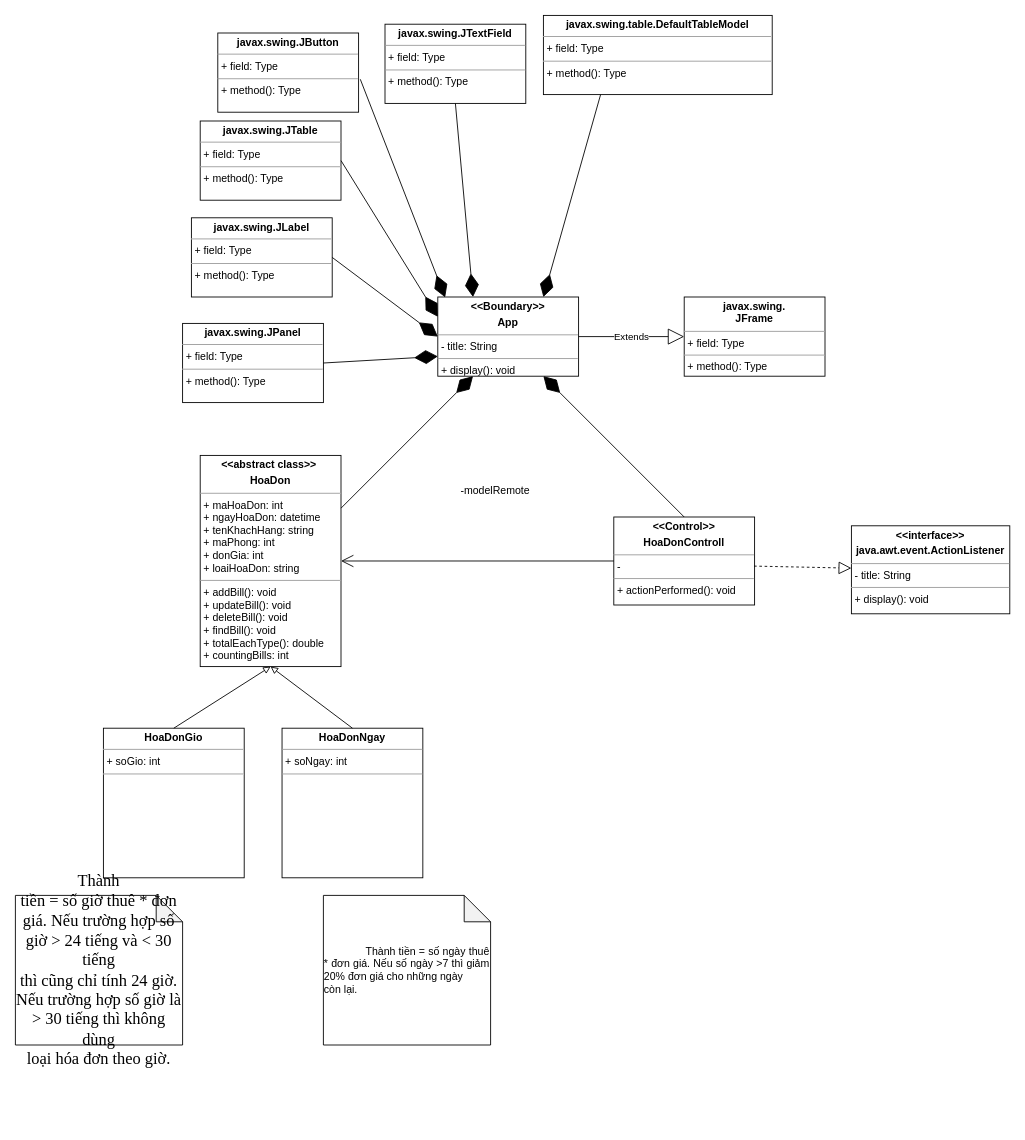
The draw.io diagram page "ECB" (3 of 4) of Phan-tich-yeu-cau/phan-tich-yeu-cau.drawio in longvo00221/quan-ly-khach-san, before the edit. Source tidied: cells renumbered, new cells numbered last; positions are measured from the earlier drawing's top-left corner, leaving out a move shared by most shapes. Both pictures are drawn from the tidied source at 88%, with x=0, y=0 at pixel (15, 15).
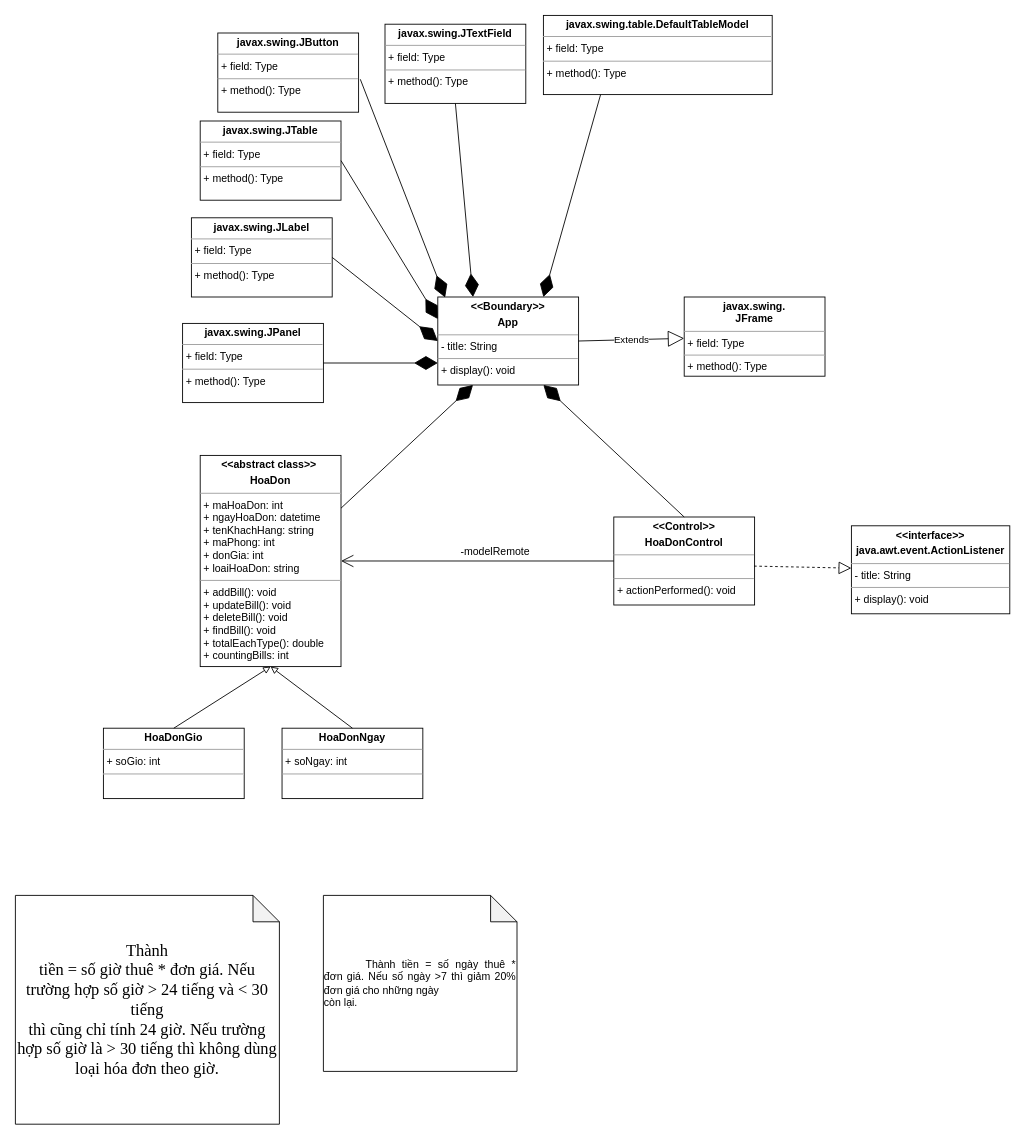
The same diagram, later.

The edit, as a diff of the source:
```diff
@@
     <mxCell id="2" value="&lt;p style=&quot;margin:0px;margin-top:4px;text-align:center;&quot;&gt;&lt;b&gt;HoaDonGio&lt;/b&gt;&lt;/p&gt;&lt;hr size=&quot;1&quot;&gt;&lt;p style=&quot;margin:0px;margin-left:4px;&quot;&gt;+ soGio: int&lt;/p&gt;&lt;hr size=&quot;1&quot;&gt;&lt;p style=&quot;margin:0px;margin-left:4px;&quot;&gt;&lt;br&gt;&lt;/p&gt;" style="verticalAlign=top;align=left;overflow=fill;fontSize=12;fontFamily=Helvetica;html=1;" parent="1" vertex="1">
-      <mxGeometry x="100" y="810" width="160" height="170" as="geometry" />
+      <mxGeometry x="100" y="810" width="160" height="80" as="geometry" />
     </mxCell>
     <mxCell id="3" value="&lt;p style=&quot;margin:0px;margin-top:4px;text-align:center;&quot;&gt;&lt;b&gt;HoaDonNgay&lt;/b&gt;&lt;/p&gt;&lt;hr size=&quot;1&quot;&gt;&lt;p style=&quot;margin:0px;margin-left:4px;&quot;&gt;+ soNgay: int&lt;/p&gt;&lt;hr size=&quot;1&quot;&gt;&lt;p style=&quot;margin:0px;margin-left:4px;&quot;&gt;&lt;br&gt;&lt;/p&gt;" style="verticalAlign=top;align=left;overflow=fill;fontSize=12;fontFamily=Helvetica;html=1;" parent="1" vertex="1">
-      <mxGeometry x="303" y="810" width="160" height="170" as="geometry" />
+      <mxGeometry x="303" y="810" width="160" height="80" as="geometry" />
     </mxCell>
@@
     <mxCell id="7" value="&lt;span style=&quot;font-size:14.0pt;mso-bidi-font-size:11.0pt;&lt;br/&gt;line-height:107%;font-family:&amp;quot;Times New Roman&amp;quot;,serif;mso-fareast-font-family:&lt;br/&gt;Calibri;mso-fareast-theme-font:minor-latin;mso-bidi-theme-font:minor-bidi;&lt;br/&gt;mso-ansi-language:EN-US;mso-fareast-language:EN-US;mso-bidi-language:AR-SA&quot;&gt;Thành&lt;br/&gt;tiền = số giờ thuê * đơn giá. Nếu trường hợp số giờ &amp;gt; 24 tiếng và &amp;lt; 30 tiếng&lt;br/&gt;thì cũng chỉ tính 24 giờ. Nếu trường hợp số giờ là &amp;gt; 30 tiếng thì không dùng&lt;br/&gt;loại hóa đơn theo giờ.&lt;/span&gt;" style="shape=note;whiteSpace=wrap;html=1;backgroundOutline=1;darkOpacity=0.05;fontColor=#000000;" parent="1" vertex="1">
-      <mxGeometry y="1000" width="190" height="170" as="geometry" />
+      <mxGeometry y="1000" width="300" height="260" as="geometry" />
     </mxCell>
     <mxCell id="8" value="&lt;p style=&quot;text-align:justify;text-indent:35.45pt&quot; class=&quot;MsoNormal&quot;&gt;Thành tiền = số ngày thuê * đơn giá. Nếu số ngày &amp;gt;7 thì giảm 20% đơn giá cho những ngày&lt;br&gt;còn lại.&lt;/p&gt;" style="shape=note;whiteSpace=wrap;html=1;backgroundOutline=1;darkOpacity=0.05;fontColor=#000000;" parent="1" vertex="1">
-      <mxGeometry x="350" y="1000" width="190" height="170" as="geometry" />
+      <mxGeometry x="350" y="1000" width="220" height="200" as="geometry" />
     </mxCell>
     <mxCell id="9" value="&lt;p style=&quot;margin:0px;margin-top:4px;text-align:center;&quot;&gt;&lt;b&gt;&amp;lt;&amp;lt;Boundary&amp;gt;&amp;gt;&lt;/b&gt;&lt;/p&gt;&lt;p style=&quot;margin:0px;margin-top:4px;text-align:center;&quot;&gt;&lt;b&gt;App&lt;/b&gt;&lt;/p&gt;&lt;hr size=&quot;1&quot;&gt;&lt;p style=&quot;margin:0px;margin-left:4px;&quot;&gt;- title: String&lt;/p&gt;&lt;hr size=&quot;1&quot;&gt;&lt;p style=&quot;margin:0px;margin-left:4px;&quot;&gt;+ display(): void&lt;/p&gt;" style="verticalAlign=top;align=left;overflow=fill;fontSize=12;fontFamily=Helvetica;html=1;" parent="1" vertex="1">
-      <mxGeometry x="480" y="320" width="160" height="90" as="geometry" />
+      <mxGeometry x="480" y="320" width="160" height="100" as="geometry" />
     </mxCell>
@@
-    <mxCell id="11" value="&lt;p style=&quot;margin:0px;margin-top:4px;text-align:center;&quot;&gt;&lt;b&gt;&amp;lt;&amp;lt;Control&amp;gt;&amp;gt;&lt;/b&gt;&lt;/p&gt;&lt;p style=&quot;margin:0px;margin-top:4px;text-align:center;&quot;&gt;&lt;b&gt;HoaDonControll&lt;/b&gt;&lt;/p&gt;&lt;hr size=&quot;1&quot;&gt;&lt;p style=&quot;margin:0px;margin-left:4px;&quot;&gt;-&amp;nbsp;&lt;/p&gt;&lt;hr size=&quot;1&quot;&gt;&lt;p style=&quot;margin:0px;margin-left:4px;&quot;&gt;+ actionPerformed(): void&lt;/p&gt;" style="verticalAlign=top;align=left;overflow=fill;fontSize=12;fontFamily=Helvetica;html=1;" parent="1" vertex="1">
+    <mxCell id="11" value="&lt;p style=&quot;margin:0px;margin-top:4px;text-align:center;&quot;&gt;&lt;b&gt;&amp;lt;&amp;lt;Control&amp;gt;&amp;gt;&lt;/b&gt;&lt;/p&gt;&lt;p style=&quot;margin:0px;margin-top:4px;text-align:center;&quot;&gt;&lt;b&gt;HoaDonControl&lt;/b&gt;&lt;/p&gt;&lt;hr size=&quot;1&quot;&gt;&lt;p style=&quot;margin:0px;margin-left:4px;&quot;&gt;&amp;nbsp;&lt;/p&gt;&lt;hr size=&quot;1&quot;&gt;&lt;p style=&quot;margin:0px;margin-left:4px;&quot;&gt;+ actionPerformed(): void&lt;/p&gt;" style="verticalAlign=top;align=left;overflow=fill;fontSize=12;fontFamily=Helvetica;html=1;" parent="1" vertex="1">
       <mxGeometry x="680" y="570" width="160" height="100" as="geometry" />
     </mxCell>
@@
     <mxCell id="14" value="-modelRemote" style="text;html=1;align=center;verticalAlign=middle;strokeColor=none;fillColor=none;" parent="1" vertex="1">
-      <mxGeometry x="500" y="530" width="90" height="20" as="geometry" />
+      <mxGeometry x="500" y="600" width="90" height="20" as="geometry" />
     </mxCell>
```
